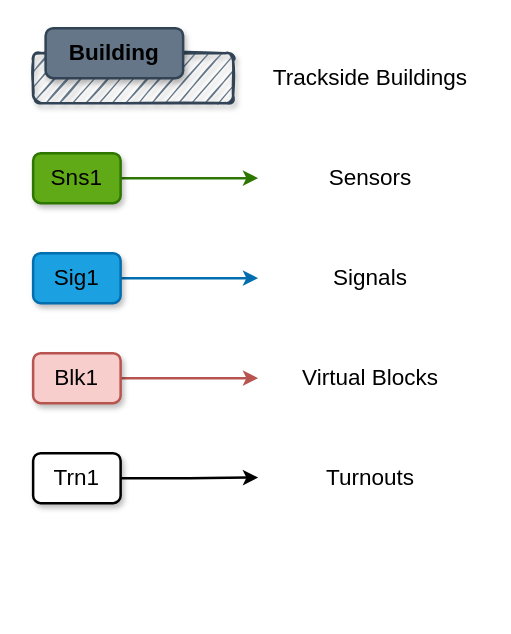
DCC-EX/dcc-ex.github.io keeps this draw.io diagram as image-artefacts/fictional-layout/rmft-legend.drawio. Above is the earlier version. Source tidied: cells renumbered, new cells numbered last; positions are measured from the earlier drawing's top-left corner, leaving out a move shared by most shapes. Both pictures are drawn from the tidied source at 125%, with x=0, y=0 at pixel (32, 28).
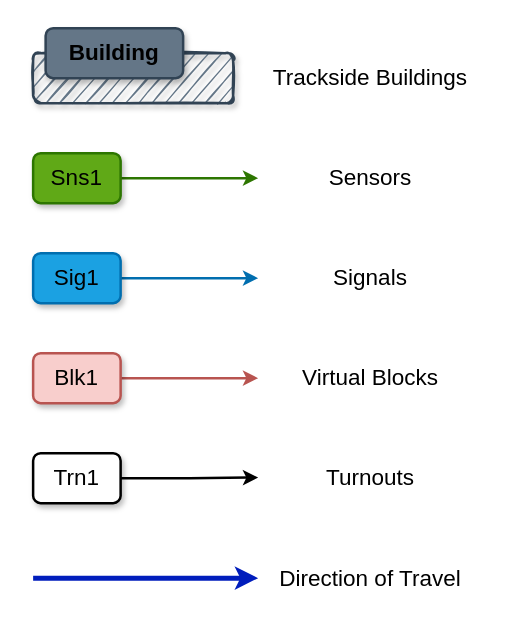
The same page after the edit.

Commit message (it also covers changes not shown here):
Figured out SVG CSS

Change to the diagram source:
```diff
@@
 <mxGraphModel>
   <root>
     <mxCell id="0" />
     <mxCell id="1" parent="0" />
     <mxCell id="2" style="rounded=1;whiteSpace=wrap;html=1;fillColor=#647687;strokeColor=#314354;sketch=1;shadow=1;fontColor=#ffffff;glass=0;strokeWidth=2;" parent="1" vertex="1">
       <mxGeometry y="20" width="160" height="40" as="geometry" />
     </mxCell>
     <mxCell id="3" value="Building" style="rounded=1;whiteSpace=wrap;html=1;shadow=1;glass=0;sketch=0;fillColor=#647687;fontColor=#000000;strokeColor=#314354;strokeWidth=2;fontSize=18;fontStyle=1;" parent="1" vertex="1">
       <mxGeometry x="10" width="110" height="40" as="geometry" />
     </mxCell>
     <mxCell id="4" style="edgeStyle=orthogonalEdgeStyle;rounded=0;jettySize=auto;html=1;fontSize=18;fontColor=#000000;fillColor=#60a917;strokeColor=#2D7600;strokeWidth=2;" parent="1" edge="1" source="5" target="15">
       <mxGeometry relative="1" as="geometry" />
     </mxCell>
     <mxCell id="5" value="Sns1" style="rounded=1;whiteSpace=wrap;html=1;shadow=1;glass=0;sketch=0;fontSize=18;fontColor=#000000;strokeWidth=2;fillColor=#60a917;strokeColor=#2D7600;" parent="1" vertex="1">
       <mxGeometry y="100" width="70" height="40" as="geometry" />
     </mxCell>
     <mxCell id="6" style="edgeStyle=orthogonalEdgeStyle;rounded=0;jettySize=auto;html=1;fontSize=18;fontColor=#000000;fillColor=#1ba1e2;strokeColor=#006EAF;strokeWidth=2;" parent="1" edge="1" source="7" target="14">
       <mxGeometry relative="1" as="geometry" />
     </mxCell>
     <mxCell id="7" value="Sig1" style="rounded=1;whiteSpace=wrap;html=1;shadow=1;glass=0;sketch=0;fontSize=18;fontColor=#000000;strokeWidth=2;fillColor=#1ba1e2;strokeColor=#006EAF;" parent="1" vertex="1">
       <mxGeometry y="180" width="70" height="40" as="geometry" />
     </mxCell>
     <mxCell id="8" style="edgeStyle=orthogonalEdgeStyle;rounded=0;jettySize=auto;html=1;fontSize=18;fontColor=#000000;fillColor=#f8cecc;strokeColor=#b85450;strokeWidth=2;" parent="1" edge="1" source="9" target="13">
       <mxGeometry relative="1" as="geometry" />
     </mxCell>
     <mxCell id="9" value="Blk1" style="rounded=1;whiteSpace=wrap;html=1;shadow=1;glass=0;sketch=0;fontSize=18;strokeWidth=2;fillColor=#f8cecc;strokeColor=#b85450;" parent="1" vertex="1">
       <mxGeometry y="260" width="70" height="40" as="geometry" />
     </mxCell>
     <mxCell id="10" style="edgeStyle=orthogonalEdgeStyle;rounded=0;jettySize=auto;html=1;fontSize=18;fontColor=#000000;strokeWidth=2;" parent="1" edge="1" source="11" target="12">
       <mxGeometry relative="1" as="geometry" />
     </mxCell>
     <mxCell id="11" value="Trn1" style="rounded=1;whiteSpace=wrap;html=1;shadow=1;glass=0;sketch=0;fontSize=18;fontColor=#000000;strokeWidth=2;" parent="1" vertex="1">
       <mxGeometry y="340" width="70" height="40" as="geometry" />
     </mxCell>
     <mxCell id="12" value="Turnouts" style="text;html=1;strokeColor=none;fillColor=none;align=center;verticalAlign=middle;whiteSpace=wrap;rounded=0;shadow=1;glass=0;sketch=0;fontSize=18;fontColor=#000000;" parent="1" vertex="1">
       <mxGeometry x="180" y="339" width="180" height="41" as="geometry" />
     </mxCell>
     <mxCell id="13" value="Virtual Blocks" style="text;html=1;strokeColor=none;fillColor=none;align=center;verticalAlign=middle;whiteSpace=wrap;rounded=0;shadow=1;glass=0;sketch=0;fontSize=18;fontColor=#000000;" parent="1" vertex="1">
       <mxGeometry x="180" y="260" width="180" height="40" as="geometry" />
     </mxCell>
     <mxCell id="14" value="Signals" style="text;html=1;strokeColor=none;fillColor=none;align=center;verticalAlign=middle;whiteSpace=wrap;rounded=0;shadow=1;glass=0;sketch=0;fontSize=18;fontColor=#000000;" parent="1" vertex="1">
       <mxGeometry x="180" y="180" width="180" height="40" as="geometry" />
     </mxCell>
     <mxCell id="15" value="Sensors" style="text;html=1;strokeColor=none;fillColor=none;align=center;verticalAlign=middle;whiteSpace=wrap;rounded=0;shadow=1;glass=0;sketch=0;fontSize=18;fontColor=#000000;" parent="1" vertex="1">
       <mxGeometry x="180" y="100" width="180" height="40" as="geometry" />
     </mxCell>
     <mxCell id="16" value="Trackside Buildings" style="text;html=1;strokeColor=none;fillColor=none;align=center;verticalAlign=middle;whiteSpace=wrap;rounded=0;shadow=1;glass=0;sketch=0;fontSize=18;fontColor=#000000;" parent="1" vertex="1">
       <mxGeometry x="180" y="20" width="180" height="40" as="geometry" />
     </mxCell>
+    <mxCell id="17" style="endArrow=classic;html=1;rounded=0;fillColor=#0050ef;strokeColor=#001DBC;strokeWidth=4;" parent="1" edge="1">
+      <mxGeometry relative="1" as="geometry">
+        <mxPoint y="440" as="sourcePoint" />
+        <mxPoint x="180" y="440" as="targetPoint" />
+      </mxGeometry>
+    </mxCell>
+    <mxCell id="18" value="Direction of Travel" style="text;html=1;strokeColor=none;fillColor=none;align=center;verticalAlign=middle;whiteSpace=wrap;rounded=0;shadow=1;glass=0;sketch=0;fontSize=18;fontColor=#000000;" parent="1" vertex="1">
+      <mxGeometry x="180" y="420" width="180" height="41" as="geometry" />
+    </mxCell>
   </root>
 </mxGraphModel>
```
